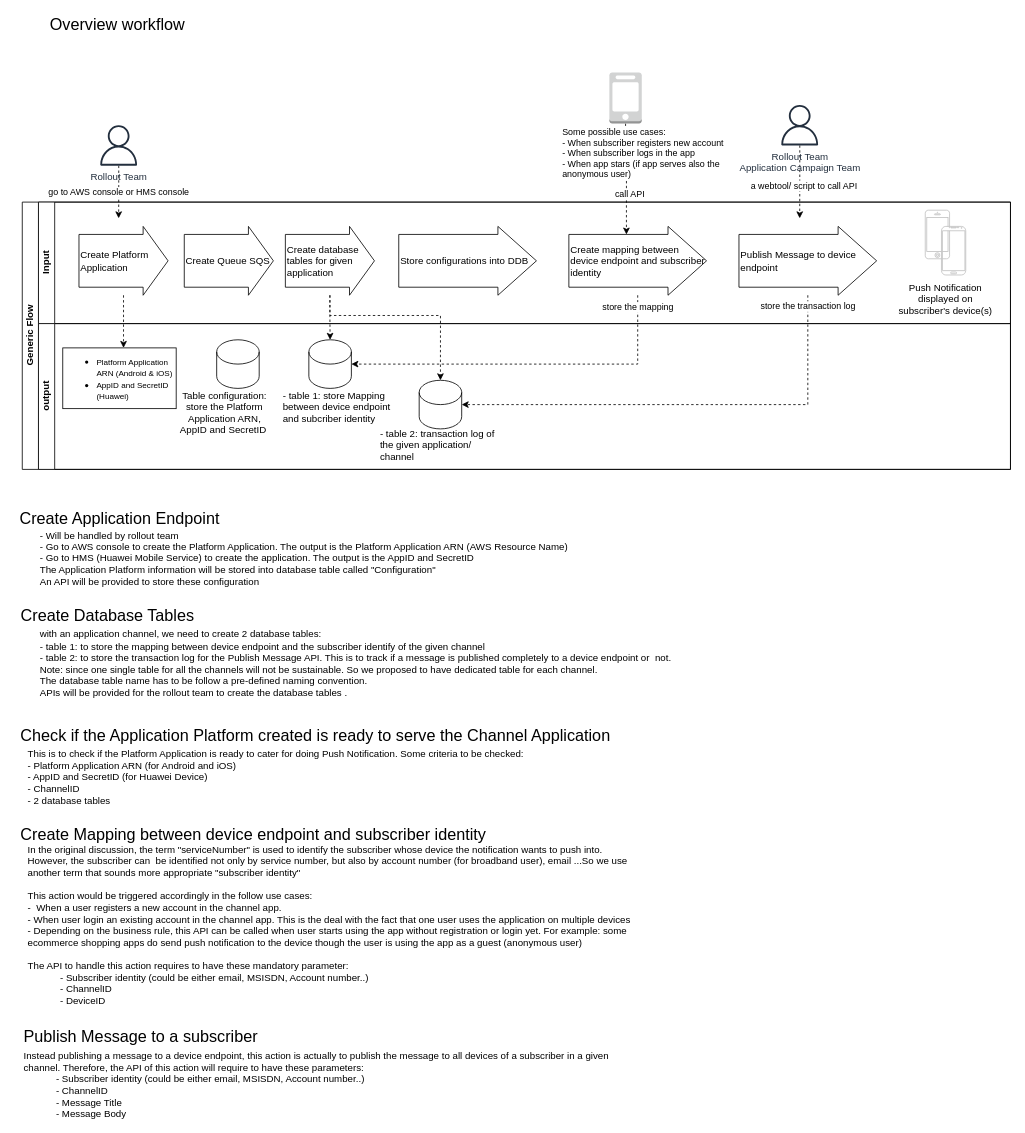
Before: sns-new-flow.drawio in pinestran/transferfiles, a draw.io diagram. Source tidied: cells renumbered, new cells numbered last; positions are measured from the earlier drawing's top-left corner, leaving out a move shared by most shapes. Both pictures are drawn from the tidied source at 81%, with x=0, y=0 at pixel (14, 15).
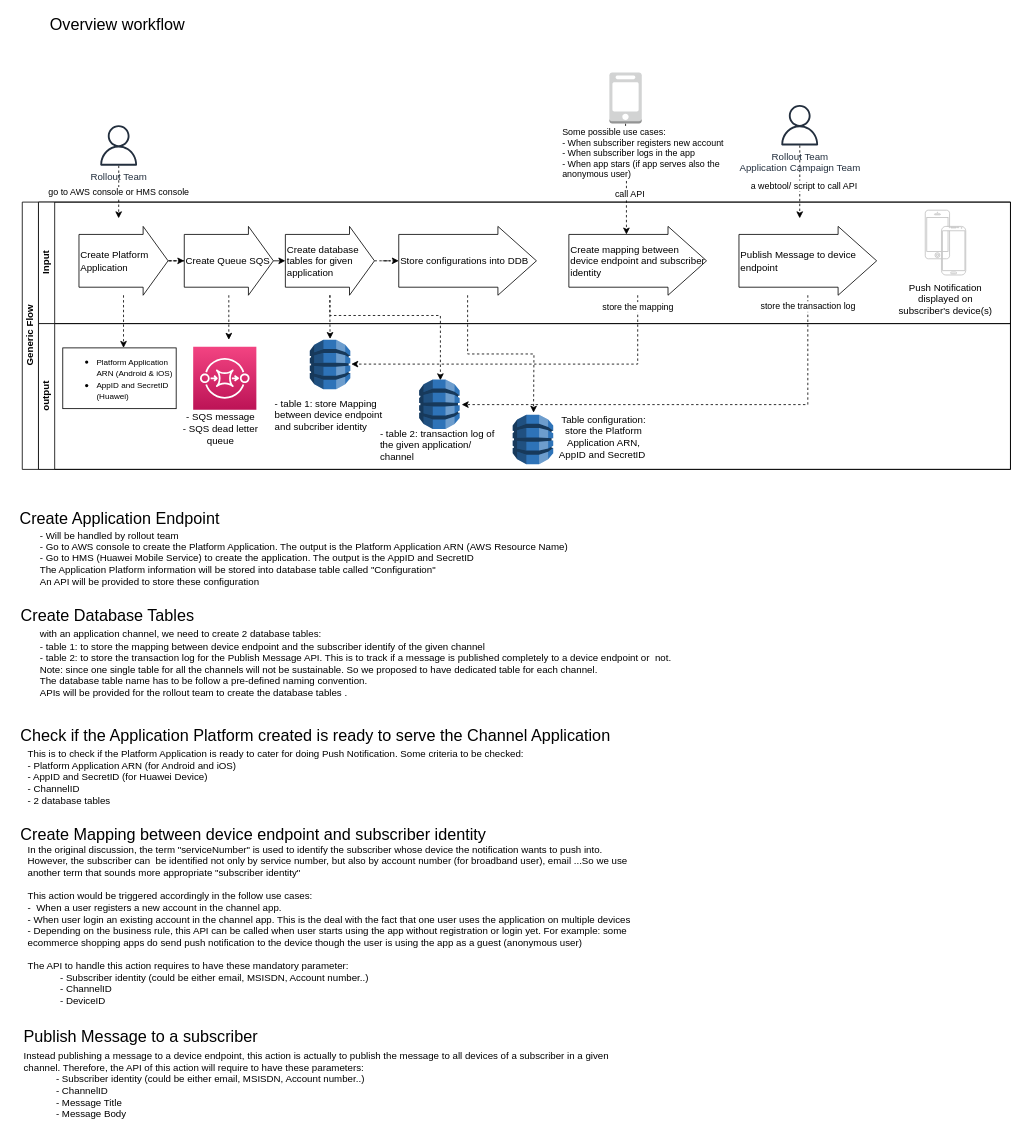
Above is the later version.

Unchanged cells that the change refers to:
```xml
<mxCell id="2" value="Generic Flow" style="swimlane;html=1;horizontal=0;startSize=20;" parent="1" vertex="1">
  <mxGeometry x="10" y="230" width="1220" height="330" as="geometry" />
</mxCell>
<mxCell id="7" value="Input" style="swimlane;html=1;startSize=20;horizontal=0;" parent="2" vertex="1">
  <mxGeometry x="20" width="1200" height="150" as="geometry" />
</mxCell>
<mxCell id="8" value="&lt;span style=&quot;text-align: center&quot;&gt;Create Platform Application&lt;/span&gt;" style="shape=singleArrow;whiteSpace=wrap;html=1;align=left;arrowWidth=0.7666666666666667;arrowSize=0.28;" parent="7" vertex="1">
  <mxGeometry x="50" y="30" width="110" height="85" as="geometry" />
</mxCell>
<mxCell id="9" value="&lt;span style=&quot;text-align: center&quot;&gt;Create database tables for given application&lt;/span&gt;" style="shape=singleArrow;whiteSpace=wrap;html=1;align=left;arrowWidth=0.7666666666666667;arrowSize=0.28;" parent="7" vertex="1">
  <mxGeometry x="304.8" y="30" width="110" height="85" as="geometry" />
</mxCell>
<mxCell id="10" value="&lt;div style=&quot;text-align: center&quot;&gt;Store configurations into DDB&lt;/div&gt;" style="shape=singleArrow;whiteSpace=wrap;html=1;align=left;arrowWidth=0.7666666666666667;arrowSize=0.28;" parent="7" vertex="1">
  <mxGeometry x="444.8" y="30" width="170" height="85" as="geometry" />
</mxCell>
<mxCell id="11" value="&lt;span style=&quot;text-align: center&quot;&gt;Create mapping between device endpoint and&amp;nbsp;&lt;/span&gt;subscriber identity" style="shape=singleArrow;whiteSpace=wrap;html=1;align=left;arrowWidth=0.7666666666666667;arrowSize=0.28;" parent="7" vertex="1">
  <mxGeometry x="654.8" y="30" width="170" height="85" as="geometry" />
</mxCell>
<mxCell id="12" value="Publish Message to device endpoint" style="shape=singleArrow;whiteSpace=wrap;html=1;align=left;arrowWidth=0.7666666666666667;arrowSize=0.28;" parent="7" vertex="1">
  <mxGeometry x="864.8" y="30" width="170" height="85" as="geometry" />
</mxCell>
<mxCell id="16" value="&lt;div style=&quot;text-align: center&quot;&gt;&lt;span&gt;Create Queue SQS&amp;nbsp;&lt;/span&gt;&lt;/div&gt;" style="shape=singleArrow;whiteSpace=wrap;html=1;align=left;arrowWidth=0.7666666666666667;arrowSize=0.28;" parent="7" vertex="1">
  <mxGeometry x="180" y="30" width="110" height="85" as="geometry" />
</mxCell>
<mxCell id="18" value="output" style="swimlane;html=1;startSize=20;horizontal=0;" parent="2" vertex="1">
  <mxGeometry x="20" y="150" width="1200" height="180" as="geometry" />
</mxCell>
```

Diff of the diagram source:
```diff
@@
-    <mxCell id="3" style="edgeStyle=orthogonalEdgeStyle;rounded=0;jettySize=auto;html=1;entryX=0.5;entryY=0;entryDx=0;entryDy=0;entryPerimeter=0;dashed=1;" parent="2" edge="1" source="9" target="20">
-      <mxGeometry relative="1" as="geometry" />
+    <mxCell id="3" style="edgeStyle=orthogonalEdgeStyle;rounded=0;jettySize=auto;html=1;dashed=1;" parent="2" edge="1" source="9">
+      <mxGeometry relative="1" as="geometry">
+        <mxPoint x="380" y="169" as="targetPoint" />
+      </mxGeometry>
     </mxCell>
-    <mxCell id="4" style="edgeStyle=orthogonalEdgeStyle;rounded=0;jettySize=auto;html=1;entryX=0.5;entryY=0;entryDx=0;entryDy=0;entryPerimeter=0;dashed=1;" parent="2" edge="1" source="9" target="22">
+    <mxCell id="4" style="edgeStyle=orthogonalEdgeStyle;rounded=0;jettySize=auto;html=1;entryX=0.5;entryY=0;entryDx=0;entryDy=0;entryPerimeter=0;dashed=1;" parent="2" edge="1" source="9">
       <mxGeometry relative="1" as="geometry">
+        <mxPoint x="516.2" y="220" as="targetPoint" />
         <Array as="points">
           <mxPoint x="380" y="140" />
           <mxPoint x="516" y="140" />
         </Array>
       </mxGeometry>
     </mxCell>
-    <mxCell id="5" value="store the mapping" style="edgeStyle=orthogonalEdgeStyle;rounded=0;jettySize=auto;html=1;entryX=1;entryY=0.5;entryDx=0;entryDy=0;entryPerimeter=0;dashed=1;" parent="2" edge="1" source="11" target="20">
+    <mxCell id="5" value="store the mapping" style="edgeStyle=orthogonalEdgeStyle;rounded=0;jettySize=auto;html=1;entryX=1;entryY=0.5;entryDx=0;entryDy=0;entryPerimeter=0;dashed=1;" parent="2" edge="1" source="11">
       <mxGeometry x="-0.93" relative="1" as="geometry">
+        <mxPoint x="406.2" y="200" as="targetPoint" />
         <Array as="points">
           <mxPoint x="759.8" y="200" />
         </Array>
       </mxGeometry>
     </mxCell>
-    <mxCell id="6" value="store the transaction log" style="edgeStyle=orthogonalEdgeStyle;rounded=0;jettySize=auto;html=1;entryX=1;entryY=0.5;entryDx=0;entryDy=0;entryPerimeter=0;dashed=1;" parent="2" edge="1" source="12" target="22">
+    <mxCell id="6" value="store the transaction log" style="edgeStyle=orthogonalEdgeStyle;rounded=0;jettySize=auto;html=1;entryX=1;entryY=0.5;entryDx=0;entryDy=0;entryPerimeter=0;dashed=1;" parent="2" edge="1" source="12">
       <mxGeometry x="-0.95" relative="1" as="geometry">
+        <mxPoint x="542.5" y="250" as="targetPoint" />
         <Array as="points">
           <mxPoint x="970" y="250" />
         </Array>
       </mxGeometry>
     </mxCell>
@@
+    <mxCell id="44" style="edgeStyle=orthogonalEdgeStyle;rounded=0;jettySize=auto;html=1;dashed=1;" parent="7" edge="1" source="8" target="16">
+      <mxGeometry relative="1" as="geometry" />
+    </mxCell>
@@
+    <mxCell id="45" style="edgeStyle=orthogonalEdgeStyle;rounded=0;jettySize=auto;html=1;entryX=0;entryY=0.5;entryDx=0;entryDy=0;entryPerimeter=0;dashed=1;" parent="7" edge="1" source="9" target="10">
+      <mxGeometry relative="1" as="geometry" />
+    </mxCell>
@@
+    <mxCell id="46" style="edgeStyle=orthogonalEdgeStyle;rounded=0;jettySize=auto;html=1;exitX=1;exitY=0.5;exitDx=0;exitDy=0;exitPerimeter=0;entryX=0;entryY=0.5;entryDx=0;entryDy=0;entryPerimeter=0;" parent="7" edge="1" source="16" target="9">
+      <mxGeometry relative="1" as="geometry" />
+    </mxCell>
@@
-    <mxCell id="20" style="shape=cylinder3;whiteSpace=wrap;html=1;boundedLbl=1;backgroundOutline=1;size=15;" parent="18" vertex="1">
-      <mxGeometry x="333.8" y="20" width="52.5" height="60" as="geometry" />
-    </mxCell>
     <mxCell id="21" value="- table 1: store Mapping between device endpoint and subcriber identity&lt;br&gt;&lt;br&gt;" style="text;html=1;strokeColor=none;fillColor=none;align=left;verticalAlign=middle;whiteSpace=wrap;rounded=0;" parent="18" vertex="1">
-      <mxGeometry x="300" y="100" width="140" height="20" as="geometry" />
+      <mxGeometry x="290" y="110" width="140" height="20" as="geometry" />
     </mxCell>
-    <mxCell id="22" style="shape=cylinder3;whiteSpace=wrap;html=1;boundedLbl=1;backgroundOutline=1;size=15;" parent="18" vertex="1">
-      <mxGeometry x="470" y="70" width="52.5" height="60" as="geometry" />
-    </mxCell>
@@
-    <mxCell id="24" style="shape=cylinder3;whiteSpace=wrap;html=1;boundedLbl=1;backgroundOutline=1;size=15;" parent="18" vertex="1">
-      <mxGeometry x="220" y="20" width="52.5" height="60" as="geometry" />
-    </mxCell>
+    <mxCell id="47" style="fontColor=#232F3E;gradientColor=#F34482;gradientDirection=north;fillColor=#BC1356;strokeColor=#ffffff;dashed=0;verticalLabelPosition=bottom;verticalAlign=top;align=center;html=1;fontSize=12;fontStyle=0;shape=mxgraph.aws4.resourceIcon;resIcon=mxgraph.aws4.sqs;" parent="18" vertex="1">
+      <mxGeometry x="191" y="28.5" width="78" height="78" as="geometry" />
+    </mxCell>
     <mxCell id="25" value="Table configuration: store the Platform Application ARN, AppID and SecretID&amp;nbsp;" style="text;html=1;strokeColor=none;fillColor=none;align=center;verticalAlign=middle;whiteSpace=wrap;rounded=0;" parent="18" vertex="1">
-      <mxGeometry x="170" y="100" width="120" height="20" as="geometry" />
+      <mxGeometry x="637.5" y="130" width="120" height="20" as="geometry" />
     </mxCell>
+    <mxCell id="48" style="dashed=0;verticalLabelPosition=bottom;verticalAlign=top;align=center;html=1;shape=mxgraph.aws3.dynamo_db;fillColor=#2E73B8;gradientColor=none;" parent="18" vertex="1">
+      <mxGeometry x="470" y="69" width="50" height="61" as="geometry" />
+    </mxCell>
+    <mxCell id="49" style="dashed=0;verticalLabelPosition=bottom;verticalAlign=top;align=center;html=1;shape=mxgraph.aws3.dynamo_db;fillColor=#2E73B8;gradientColor=none;" parent="18" vertex="1">
+      <mxGeometry x="585.5" y="112.5" width="50" height="61" as="geometry" />
+    </mxCell>
+    <mxCell id="50" style="dashed=0;verticalLabelPosition=bottom;verticalAlign=top;align=center;html=1;shape=mxgraph.aws3.dynamo_db;fillColor=#2E73B8;gradientColor=none;" parent="18" vertex="1">
+      <mxGeometry x="335" y="20" width="50" height="61" as="geometry" />
+    </mxCell>
+    <mxCell id="51" value="- SQS message&lt;br&gt;- SQS dead letter queue" style="text;html=1;strokeColor=none;fillColor=none;align=center;verticalAlign=middle;whiteSpace=wrap;rounded=0;" parent="18" vertex="1">
+      <mxGeometry x="160" y="120" width="130" height="20" as="geometry" />
+    </mxCell>
+    <mxCell id="52" style="edgeStyle=orthogonalEdgeStyle;rounded=0;jettySize=auto;html=1;dashed=1;entryX=0.5;entryY=0;entryDx=0;entryDy=0;entryPerimeter=0;" parent="2" edge="1" source="10">
+      <mxGeometry relative="1" as="geometry">
+        <mxPoint x="631.2" y="260" as="targetPoint" />
+      </mxGeometry>
+    </mxCell>
@@
+    <mxCell id="53" style="edgeStyle=orthogonalEdgeStyle;rounded=0;jettySize=auto;html=1;dashed=1;" parent="1" edge="1" source="16">
+      <mxGeometry relative="1" as="geometry">
+        <mxPoint x="265" y="400" as="targetPoint" />
+      </mxGeometry>
+    </mxCell>
```
